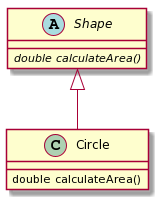
Above: uml.png in keczanilles/Geometry (PlantUML), before the change.
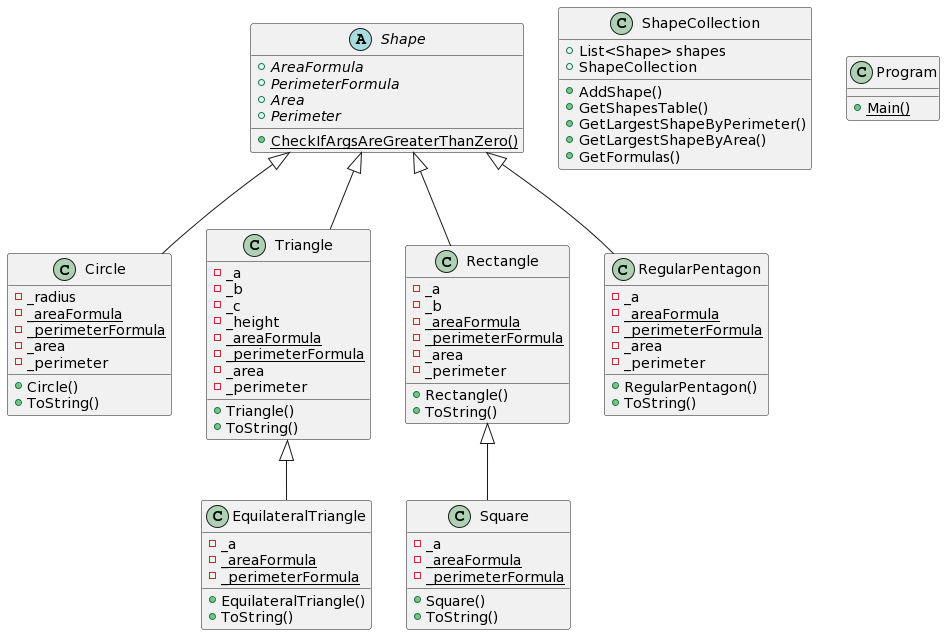
The same file after the commit.

Diff of the diagram source:
```diff
@@ -1,11 +1,109 @@
 @startuml
 Shape <|-- Circle
+Shape <|-- Triangle
+Shape <|-- Rectangle
+Shape <|-- RegularPentagon
+Rectangle <|-- Square
+Triangle <|-- EquilateralTriangle
+
+
+class ShapeCollection {
++ List<Shape> shapes
++ ShapeCollection
+
+
++ AddShape()
++ GetShapesTable()
++ GetLargestShapeByPerimeter()
++ GetLargestShapeByArea()
++ GetFormulas()
+}
+
+
+class Program{
++ {static} Main()
+}
+
 
 abstract class Shape {
-  {abstract} double calculateArea()
++ {abstract} AreaFormula
++ {abstract} PerimeterFormula
++ {abstract} Area
++ {abstract} Perimeter
+
++ {static} CheckIfArgsAreGreaterThanZero()
 }
 
+
 class Circle {
-  double calculateArea()
+- _radius
+- {static} _areaFormula
+- {static} _perimeterFormula
+- _area
+- _perimeter
+
++ Circle()
++ ToString()
+}
+
+
+class Triangle{
+- _a
+- _b
+- _c
+- _height
+- {static} _areaFormula
+- {static} _perimeterFormula
+- _area
+- _perimeter
+
++ Triangle()
++ ToString()
+
+}
+
+
+class Rectangle{
+- _a
+- _b
+- {static} _areaFormula
+- {static} _perimeterFormula
+- _area
+- _perimeter
+
++ Rectangle()
++ ToString()
+}
+
+
+class RegularPentagon{
+- _a
+- {static} _areaFormula
+- {static} _perimeterFormula
+- _area
+- _perimeter
+
++ RegularPentagon()
++ ToString()
+}
+
+
+class Square{
+- _a
+- {static} _areaFormula
+- {static} _perimeterFormula
+
++ Square()
++ ToString()
+}
+
+
+class EquilateralTriangle{
+- _a
+- {static} _areaFormula
+- {static} _perimeterFormula
+
++ EquilateralTriangle()
++ ToString()
 }
 @enduml
```
